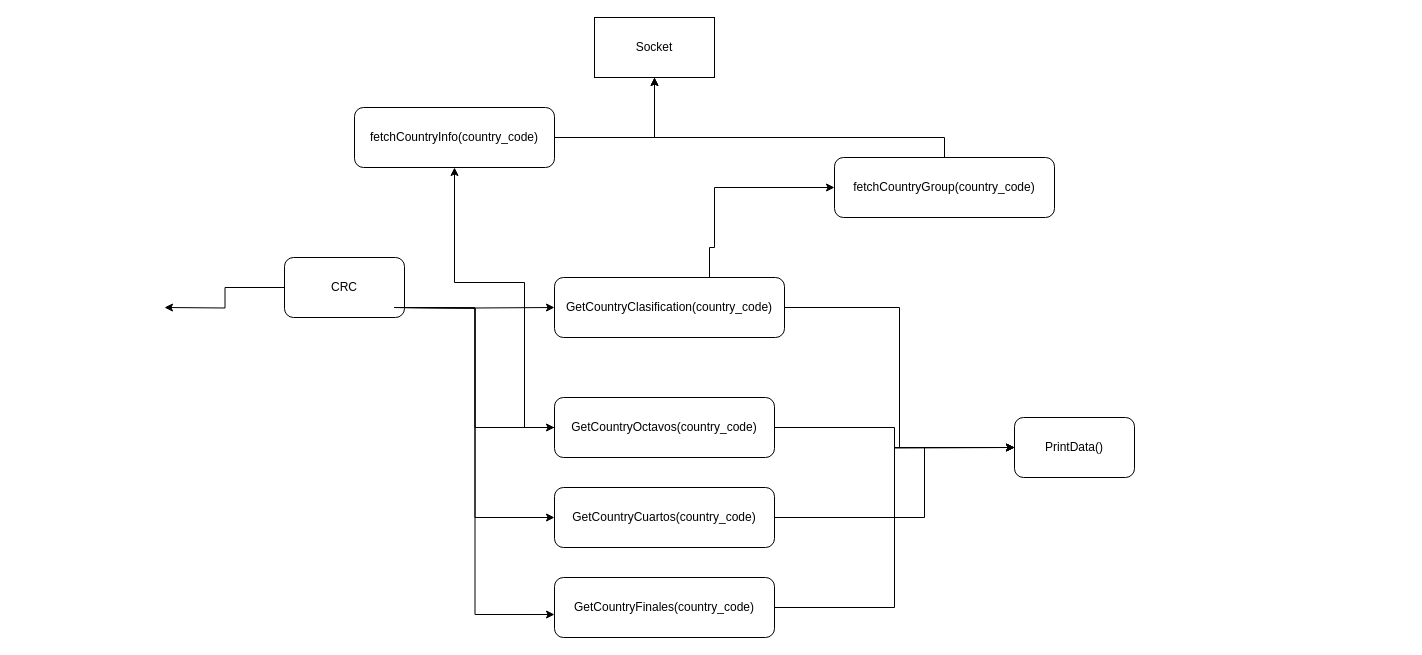
Above: page "Page-1" (1 of 2) of design/pi-diseno-v1.drawio in DanielLM2002/WorldCup-DataMiner (draw.io), before the change. Source tidied: cells renumbered, new cells numbered last; positions are measured from the earlier drawing's top-left corner, leaving out a move shared by most shapes. Both pictures are drawn from the tidied source at 100%, with x=0, y=0 at pixel (164, 17).
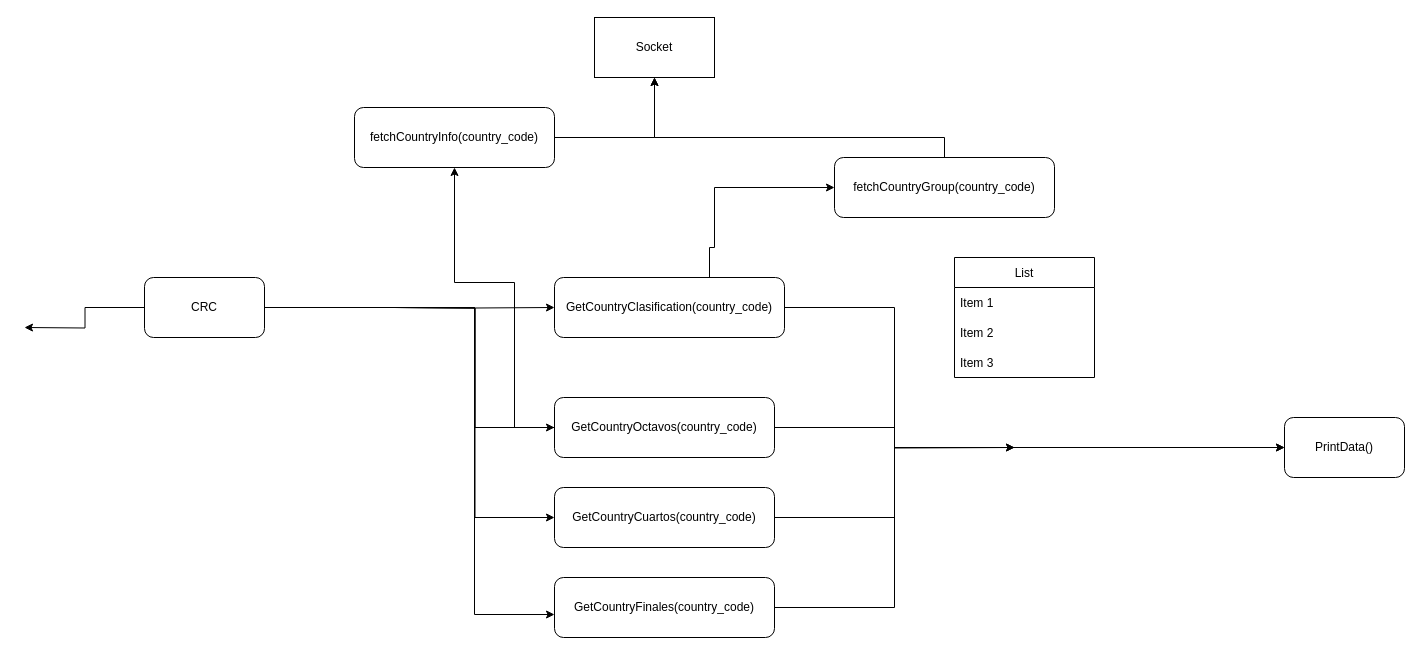
The same page after the edit.

Commit message (it also covers changes not shown here):
diagrama de clases inicial

Unchanged cells that the change refers to:
```xml
<mxCell id="11" value="fetchCountryInfo(country_code)" style="rounded=1;whiteSpace=wrap;html=1;" parent="1" vertex="1">
  <mxGeometry x="190" y="90" width="200" height="60" as="geometry" />
</mxCell>
<mxCell id="14" value="GetCountryClasification(country_code)" style="rounded=1;whiteSpace=wrap;html=1;" parent="1" vertex="1">
  <mxGeometry x="390" y="260" width="230" height="60" as="geometry" />
</mxCell>
<mxCell id="17" value="GetCountryOctavos(country_code)" style="rounded=1;whiteSpace=wrap;html=1;" parent="1" vertex="1">
  <mxGeometry x="390" y="380" width="220" height="60" as="geometry" />
</mxCell>
<mxCell id="19" value="GetCountryCuartos(country_code)" style="rounded=1;whiteSpace=wrap;html=1;" parent="1" vertex="1">
  <mxGeometry x="390" y="470" width="220" height="60" as="geometry" />
</mxCell>
<mxCell id="21" value="GetCountryFinales(country_code)" style="rounded=1;whiteSpace=wrap;html=1;" parent="1" vertex="1">
  <mxGeometry x="390" y="560" width="220" height="60" as="geometry" />
</mxCell>
```

Change to the diagram source:
```diff
@@
     <mxCell id="2" style="edgeStyle=orthogonalEdgeStyle;rounded=0;jettySize=auto;html=1;" parent="1" edge="1" source="3">
       <mxGeometry relative="1" as="geometry">
-        <mxPoint y="290" as="targetPoint" />
+        <mxPoint x="-140" y="310" as="targetPoint" />
       </mxGeometry>
     </mxCell>
     <mxCell id="3" value="&lt;div&gt;CRC&lt;/div&gt;" style="rounded=1;whiteSpace=wrap;html=1;" parent="1" vertex="1">
-      <mxGeometry x="120" y="240" width="120" height="60" as="geometry" />
+      <mxGeometry x="-20" y="260" width="120" height="60" as="geometry" />
     </mxCell>
@@
-    <mxCell id="7" style="edgeStyle=orthogonalEdgeStyle;rounded=0;jettySize=auto;html=1;entryX=0;entryY=0.617;entryDx=0;entryDy=0;entryPerimeter=0;" parent="1" edge="1" target="21">
+    <mxCell id="7" style="edgeStyle=orthogonalEdgeStyle;rounded=0;jettySize=auto;html=1;entryX=0;entryY=0.617;entryDx=0;entryDy=0;entryPerimeter=0;exitX=1;exitY=0.5;exitDx=0;exitDy=0;" parent="1" edge="1" source="3" target="21">
       <mxGeometry relative="1" as="geometry">
-        <mxPoint x="230" y="290" as="sourcePoint" />
+        <Array as="points">
+          <mxPoint x="310" y="290" />
+          <mxPoint x="310" y="597" />
+        </Array>
       </mxGeometry>
     </mxCell>
@@
     <mxCell id="12" style="edgeStyle=orthogonalEdgeStyle;rounded=0;jettySize=auto;html=1;entryX=0;entryY=0.5;entryDx=0;entryDy=0;" parent="1" edge="1" source="14" target="22">
-      <mxGeometry relative="1" as="geometry" />
+      <mxGeometry relative="1" as="geometry">
+        <Array as="points">
+          <mxPoint x="730" y="290" />
+          <mxPoint x="730" y="430" />
+        </Array>
+      </mxGeometry>
     </mxCell>
@@
     <mxCell id="16" style="edgeStyle=orthogonalEdgeStyle;rounded=0;jettySize=auto;html=1;" parent="1" edge="1" source="17" target="11">
       <mxGeometry relative="1" as="geometry">
         <Array as="points">
-          <mxPoint x="360" y="410" />
-          <mxPoint x="360" y="265" />
+          <mxPoint x="350" y="410" />
+          <mxPoint x="350" y="265" />
           <mxPoint x="290" y="265" />
         </Array>
       </mxGeometry>
     </mxCell>
@@
     <mxCell id="18" style="edgeStyle=orthogonalEdgeStyle;rounded=0;jettySize=auto;html=1;" parent="1" edge="1" source="19">
       <mxGeometry relative="1" as="geometry">
         <mxPoint x="850" y="430" as="targetPoint" />
         <Array as="points">
-          <mxPoint x="760" y="500" />
-          <mxPoint x="760" y="430" />
+          <mxPoint x="730" y="500" />
+          <mxPoint x="730" y="430" />
         </Array>
       </mxGeometry>
     </mxCell>
@@
     <mxCell id="20" style="edgeStyle=orthogonalEdgeStyle;rounded=0;jettySize=auto;html=1;entryX=0;entryY=0.5;entryDx=0;entryDy=0;" parent="1" edge="1" source="21" target="22">
-      <mxGeometry relative="1" as="geometry" />
+      <mxGeometry relative="1" as="geometry">
+        <Array as="points">
+          <mxPoint x="730" y="590" />
+          <mxPoint x="730" y="430" />
+        </Array>
+      </mxGeometry>
     </mxCell>
@@
     <mxCell id="22" value="PrintData()" style="rounded=1;whiteSpace=wrap;html=1;" parent="1" vertex="1">
-      <mxGeometry x="850" y="400" width="120" height="60" as="geometry" />
+      <mxGeometry x="1120" y="400" width="120" height="60" as="geometry" />
     </mxCell>
@@
+    <mxCell id="24" value="List" style="swimlane;fontStyle=0;horizontal=1;startSize=30;" parent="1" vertex="1">
+      <mxGeometry x="790" y="240" width="140" height="120" as="geometry" />
+    </mxCell>
+    <mxCell id="25" value="Item 1" style="text;strokeColor=none;fillColor=none;align=left;verticalAlign=middle;spacingLeft=4;spacingRight=4;overflow=hidden;" parent="24" vertex="1">
+      <mxGeometry y="30" width="140" height="30" as="geometry" />
+    </mxCell>
+    <mxCell id="26" value="Item 2" style="text;strokeColor=none;fillColor=none;align=left;verticalAlign=middle;spacingLeft=4;spacingRight=4;overflow=hidden;" parent="24" vertex="1">
+      <mxGeometry y="60" width="140" height="30" as="geometry" />
+    </mxCell>
+    <mxCell id="27" value="Item 3" style="text;strokeColor=none;fillColor=none;align=left;verticalAlign=middle;spacingLeft=4;spacingRight=4;overflow=hidden;" parent="24" vertex="1">
+      <mxGeometry y="90" width="140" height="30" as="geometry" />
+    </mxCell>
```
